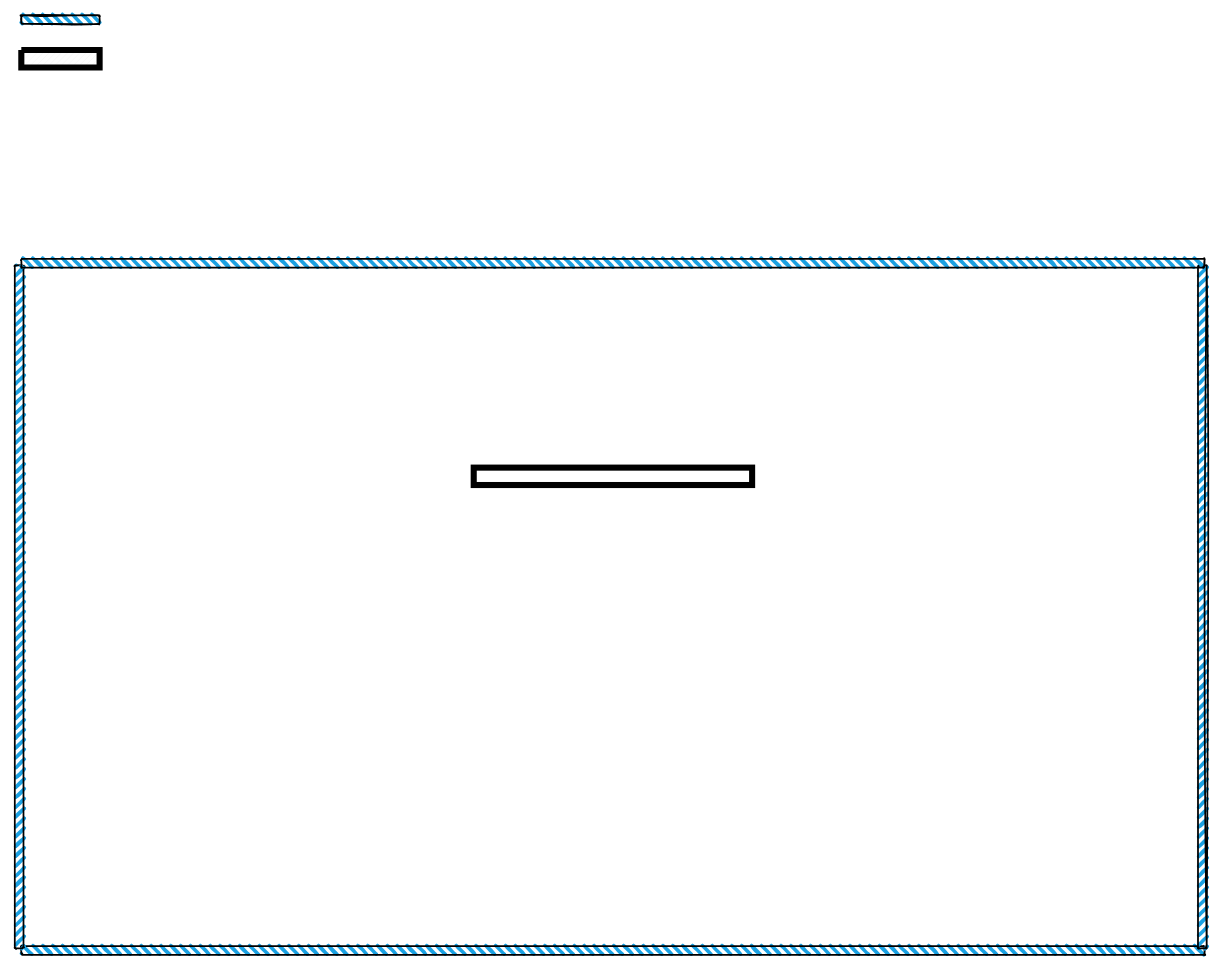
Before: Untitled Diagram.drawio in Zet03/zet-Portfolio, a draw.io diagram. Source tidied: cells renumbered, new cells numbered last; positions are measured from the earlier drawing's top-left corner, leaving out a move shared by most shapes. Both pictures are drawn from the tidied source at 87%, with x=0, y=0 at pixel (-323, 15).
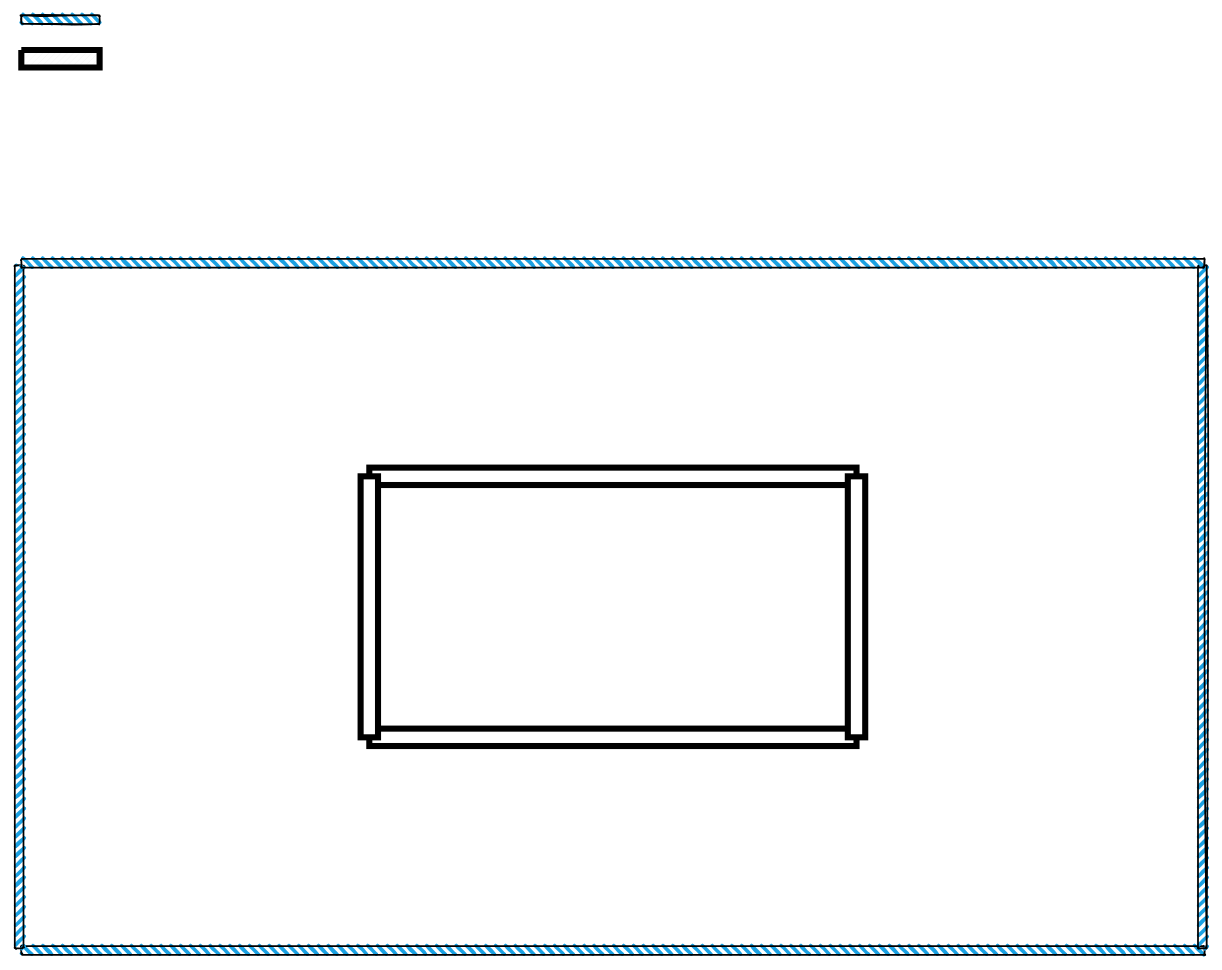
The same diagram, later.

The edit, as a diff of the source:
```diff
@@
 <mxGraphModel background="#ffffff">
   <root>
     <mxCell id="0" />
     <mxCell id="1" parent="0" />
     <mxCell id="2" style="rounded=1;whiteSpace=wrap;html=1;strokeWidth=2;fillWeight=4;hachureGap=8;hachureAngle=45;fillColor=#1ba1e2;sketch=1;" parent="1" vertex="1">
       <mxGeometry x="395" y="1070" width="1360" height="10" as="geometry" />
     </mxCell>
     <mxCell id="3" style="rounded=1;whiteSpace=wrap;html=1;strokeWidth=2;fillWeight=4;hachureGap=8;hachureAngle=45;fillColor=#1ba1e2;sketch=1;rotation=90;" parent="1" vertex="1">
       <mxGeometry y="675" width="785" height="10" as="geometry" />
     </mxCell>
     <mxCell id="4" style="rounded=1;whiteSpace=wrap;html=1;strokeWidth=2;fillWeight=4;hachureGap=8;hachureAngle=45;fillColor=#1ba1e2;sketch=1;rotation=90;" parent="1" vertex="1">
       <mxGeometry x="1360" y="675" width="785" height="10" as="geometry" />
     </mxCell>
     <mxCell id="5" style="rounded=1;whiteSpace=wrap;html=1;strokeWidth=2;fillWeight=4;hachureGap=8;hachureAngle=45;fillColor=#1ba1e2;sketch=1;" parent="1" vertex="1">
       <mxGeometry x="395" y="280" width="1360" height="10" as="geometry" />
     </mxCell>
     <mxCell id="6" style="rounded=1;whiteSpace=wrap;html=1;strokeWidth=2;fillWeight=4;hachureGap=8;hachureAngle=45;fillColor=#1ba1e2;sketch=1;" parent="1" vertex="1">
       <mxGeometry x="395" width="90" height="10" as="geometry" />
     </mxCell>
     <mxCell id="7" style="verticalLabelPosition=bottom;verticalAlign=top;html=1;shape=mxgraph.basic.patternFillRect;fillStyle=diag;step=5;fillStrokeWidth=0.2;fillStrokeColor=#dddddd;strokeWidth=7;" parent="1" vertex="1">
       <mxGeometry x="395" y="40" width="90" height="20" as="geometry" />
     </mxCell>
     <mxCell id="8" style="rounded=0;whiteSpace=wrap;html=1;strokeWidth=7;" parent="1" vertex="1">
-      <mxGeometry x="915" y="520" width="320" height="20" as="geometry" />
+      <mxGeometry x="795" y="520" width="560" height="20" as="geometry" />
     </mxCell>
+    <mxCell id="9" style="rounded=0;whiteSpace=wrap;html=1;strokeWidth=7;" parent="1" vertex="1">
+      <mxGeometry x="795" y="820" width="560" height="20" as="geometry" />
+    </mxCell>
+    <mxCell id="10" style="rounded=0;whiteSpace=wrap;html=1;strokeWidth=7;" parent="1" vertex="1">
+      <mxGeometry x="785" y="530" width="20" height="300" as="geometry" />
+    </mxCell>
+    <mxCell id="11" style="rounded=0;whiteSpace=wrap;html=1;strokeWidth=7;" parent="1" vertex="1">
+      <mxGeometry x="1345" y="530" width="20" height="300" as="geometry" />
+    </mxCell>
   </root>
 </mxGraphModel>
```
